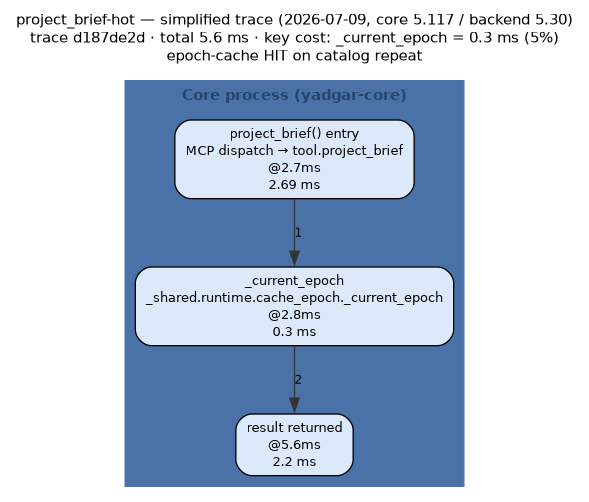
This is docs/diagrams/out/project_brief-hot-trace-2026-07-09.png from m-agahi/yadgar, a Graphviz export, as it was before one commit. Its source is kept beside it as docs/diagrams/out/project_brief-hot-trace-2026-07-09.dot. Its diagram source:
```dot
digraph flow {
  rankdir="TB";
  newrank=true;
  compound=true;
  nodesep=0.35;
  ranksep=0.55;
  graph [fontname="Helvetica", fontsize=11, labelloc="t"];
  node  [fontname="Helvetica", fontsize=10];
  edge  [fontname="Helvetica", fontsize=9];
  label="project_brief-hot — simplified trace (2026-07-09, core 5.117 / backend 5.30)
trace d187de2d · total 5.6 ms · key cost: _current_epoch = 0.3 ms (5%)\nepoch-cache HIT on catalog repeat";
  subgraph "cluster_core" {
    label="Core process (yadgar-core)";
    style=filled;
    bgcolor="#eef4fb";
    color="#4a72a8";
    fontcolor="#26456b";
    fontname="Helvetica-Bold";
    "entry" [shape="box", style="rounded,filled", fillcolor="#dbe9fb", label="project_brief() entry\nMCP dispatch → tool.project_brief\n@2.7ms\n2.69 ms"];
    "s0" [shape="box", style="rounded,filled", fillcolor="#dbe9fb", label="_current_epoch\n_shared.runtime.cache_epoch._current_epoch\n@2.8ms\n0.3 ms"];
    "done" [shape="box", style="rounded,filled", fillcolor="#dbe9fb", label="result returned\n@5.6ms\n2.2 ms"];
  }
  "entry" -> "s0" [color="#333333", style="solid", label="1"];
  "s0" -> "done" [color="#333333", style="solid", label="2"];
}
```
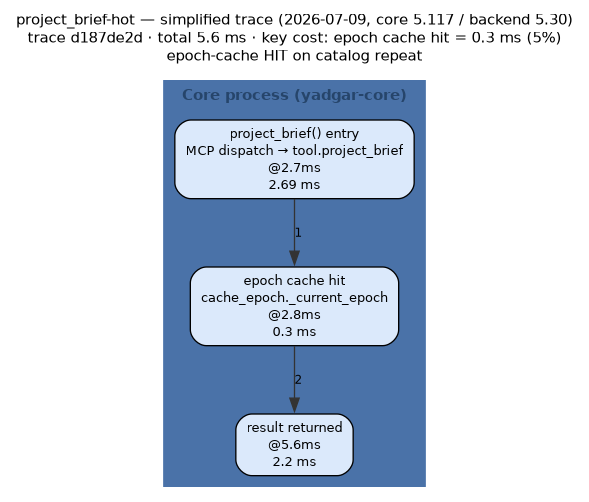
After the commit.

Change to the diagram source:
```diff
@@ -8,7 +8,7 @@
   node  [fontname="Helvetica", fontsize=10];
   edge  [fontname="Helvetica", fontsize=9];
   label="project_brief-hot — simplified trace (2026-07-09, core 5.117 / backend 5.30)
-trace d187de2d · total 5.6 ms · key cost: _current_epoch = 0.3 ms (5%)\nepoch-cache HIT on catalog repeat";
+trace d187de2d · total 5.6 ms · key cost: epoch cache hit = 0.3 ms (5%)\nepoch-cache HIT on catalog repeat";
   subgraph "cluster_core" {
     label="Core process (yadgar-core)";
     style=filled;
@@ -17,7 +17,7 @@
     fontcolor="#26456b";
     fontname="Helvetica-Bold";
     "entry" [shape="box", style="rounded,filled", fillcolor="#dbe9fb", label="project_brief() entry\nMCP dispatch → tool.project_brief\n@2.7ms\n2.69 ms"];
-    "s0" [shape="box", style="rounded,filled", fillcolor="#dbe9fb", label="_current_epoch\n_shared.runtime.cache_epoch._current_epoch\n@2.8ms\n0.3 ms"];
+    "s0" [shape="box", style="rounded,filled", fillcolor="#dbe9fb", label="epoch cache hit\ncache_epoch._current_epoch\n@2.8ms\n0.3 ms"];
     "done" [shape="box", style="rounded,filled", fillcolor="#dbe9fb", label="result returned\n@5.6ms\n2.2 ms"];
   }
   "entry" -> "s0" [color="#333333", style="solid", label="1"];
```
